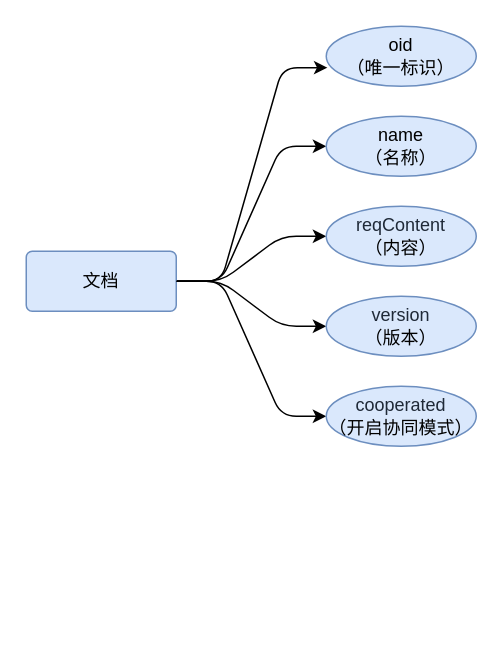
Before: spc(E-R).drawio in ColinCongDu/chart, a draw.io diagram. Source tidied: cells renumbered, new cells numbered last; positions are measured from the earlier drawing's top-left corner, leaving out a move shared by most shapes. Both pictures are drawn from the tidied source at 150%, with x=0, y=0 at pixel (26, 26).
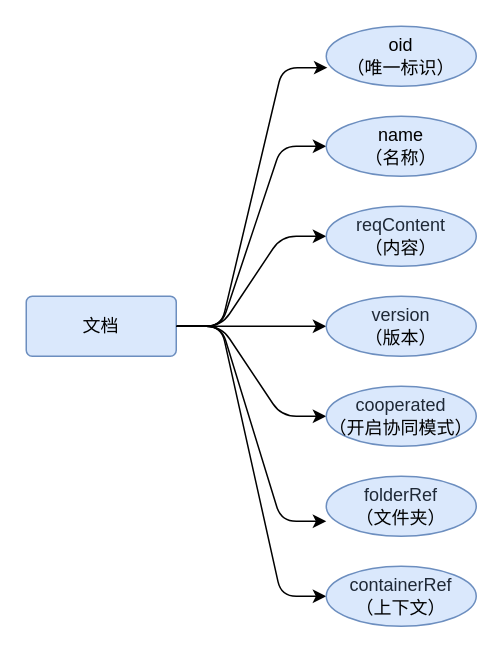
The same diagram, later.

What changed in the source:
```diff
@@
 <mxGraphModel>
   <root>
     <mxCell id="0" />
     <mxCell id="1" parent="0" />
     <mxCell id="2" style="edgeStyle=entityRelationEdgeStyle;rounded=1;jettySize=auto;html=1;entryX=0;entryY=0.5;entryDx=0;entryDy=0;strokeColor=default;align=center;verticalAlign=middle;fontFamily=Helvetica;fontSize=11;fontColor=default;labelBackgroundColor=default;endArrow=classic;curved=0;" parent="1" edge="1" source="6" target="8">
       <mxGeometry relative="1" as="geometry" />
     </mxCell>
     <mxCell id="3" style="edgeStyle=entityRelationEdgeStyle;rounded=1;jettySize=auto;html=1;curved=0;" parent="1" edge="1" source="6" target="10">
       <mxGeometry relative="1" as="geometry" />
     </mxCell>
     <mxCell id="4" style="edgeStyle=entityRelationEdgeStyle;rounded=1;jettySize=auto;html=1;entryX=0;entryY=0.5;entryDx=0;entryDy=0;strokeColor=default;align=center;verticalAlign=middle;fontFamily=Helvetica;fontSize=11;fontColor=default;labelBackgroundColor=default;endArrow=classic;" parent="1" edge="1" source="6" target="9">
       <mxGeometry relative="1" as="geometry" />
     </mxCell>
     <mxCell id="5" style="edgeStyle=entityRelationEdgeStyle;rounded=1;jettySize=auto;html=1;entryX=0;entryY=0.5;entryDx=0;entryDy=0;strokeColor=default;align=center;verticalAlign=middle;fontFamily=Helvetica;fontSize=11;fontColor=default;labelBackgroundColor=default;endArrow=classic;" parent="1" edge="1" source="6" target="11">
       <mxGeometry relative="1" as="geometry" />
     </mxCell>
+    <mxCell id="13" style="edgeStyle=entityRelationEdgeStyle;rounded=1;jettySize=auto;html=1;entryX=0;entryY=0.5;entryDx=0;entryDy=0;strokeColor=default;align=center;verticalAlign=middle;fontFamily=Helvetica;fontSize=11;fontColor=default;labelBackgroundColor=default;endArrow=classic;" parent="1" edge="1" source="6" target="15">
+      <mxGeometry relative="1" as="geometry" />
+    </mxCell>
     <mxCell id="6" value="文档" style="rounded=1;arcSize=10;whiteSpace=wrap;html=1;align=center;fillColor=#dae8fc;strokeColor=#6c8ebf;" parent="1" vertex="1">
-      <mxGeometry y="150" width="100" height="40" as="geometry" />
+      <mxGeometry y="180" width="100" height="40" as="geometry" />
     </mxCell>
     <mxCell id="7" value="oid&lt;br&gt;&lt;div&gt;（唯一标识）&lt;/div&gt;" style="ellipse;whiteSpace=wrap;html=1;align=center;fillColor=#dae8fc;strokeColor=#6c8ebf;" parent="1" vertex="1">
       <mxGeometry x="200" width="100" height="40" as="geometry" />
     </mxCell>
     <mxCell id="8" value="name&lt;br&gt;&lt;div&gt;（名称）&lt;/div&gt;" style="ellipse;whiteSpace=wrap;html=1;align=center;strokeColor=#6c8ebf;verticalAlign=middle;fontFamily=Helvetica;fontSize=12;fontColor=default;fillColor=#dae8fc;" parent="1" vertex="1">
       <mxGeometry x="200" y="60" width="100" height="40" as="geometry" />
     </mxCell>
     <mxCell id="9" value="&lt;span style=&quot;color: rgb(31, 41, 55); font-family: AlibabaPuHuiTi-3-55-Regular; text-align: left; text-wrap-mode: nowrap;&quot;&gt;version&lt;/span&gt;&lt;br&gt;&lt;div&gt;（版本）&lt;/div&gt;" style="ellipse;whiteSpace=wrap;html=1;align=center;strokeColor=#6c8ebf;verticalAlign=middle;fontFamily=Helvetica;fontSize=12;fontColor=default;fillColor=#dae8fc;" parent="1" vertex="1">
       <mxGeometry x="200" y="180" width="100" height="40" as="geometry" />
     </mxCell>
     <mxCell id="10" value="&lt;span&gt;&lt;span style=&quot;color: rgb(31, 41, 55); font-family: AlibabaPuHuiTi-3-55-Regular; text-align: left; text-wrap-mode: nowrap;&quot;&gt;reqContent&lt;/span&gt;&lt;br&gt;&lt;/span&gt;&lt;div&gt;&lt;span&gt;（内容&lt;/span&gt;&lt;span&gt;）&lt;/span&gt;&lt;/div&gt;" style="ellipse;whiteSpace=wrap;html=1;align=center;strokeColor=#6c8ebf;verticalAlign=middle;fontFamily=Helvetica;fontSize=12;fontColor=default;fillColor=#dae8fc;" parent="1" vertex="1">
       <mxGeometry x="200" y="120" width="100" height="40" as="geometry" />
     </mxCell>
     <mxCell id="11" value="&lt;span style=&quot;color: rgb(31, 41, 55); font-family: AlibabaPuHuiTi-3-55-Regular; text-align: left; text-wrap-mode: nowrap;&quot;&gt;cooperated&lt;/span&gt;&lt;span&gt;&lt;br&gt;&lt;/span&gt;&lt;div&gt;&lt;span&gt;（开启协同模式&lt;/span&gt;&lt;span&gt;）&lt;/span&gt;&lt;/div&gt;" style="ellipse;whiteSpace=wrap;html=1;align=center;strokeColor=#6c8ebf;verticalAlign=middle;fontFamily=Helvetica;fontSize=12;fontColor=default;fillColor=#dae8fc;" parent="1" vertex="1">
       <mxGeometry x="200" y="240" width="100" height="40" as="geometry" />
     </mxCell>
     <mxCell id="12" style="edgeStyle=entityRelationEdgeStyle;rounded=1;jettySize=auto;html=1;entryX=0.008;entryY=0.69;entryDx=0;entryDy=0;entryPerimeter=0;curved=0;" parent="1" edge="1" source="6" target="7">
       <mxGeometry relative="1" as="geometry" />
     </mxCell>
+    <mxCell id="14" value="&lt;span style=&quot;color: rgb(31, 41, 55); font-family: AlibabaPuHuiTi-3-55-Regular; text-align: left; text-wrap-mode: nowrap;&quot;&gt;folderRef&lt;/span&gt;&lt;span&gt;&lt;br&gt;&lt;/span&gt;&lt;div&gt;&lt;span&gt;（文件夹&lt;/span&gt;&lt;span&gt;）&lt;/span&gt;&lt;/div&gt;" style="ellipse;whiteSpace=wrap;html=1;align=center;strokeColor=#6c8ebf;verticalAlign=middle;fontFamily=Helvetica;fontSize=12;fontColor=default;fillColor=#dae8fc;" parent="1" vertex="1">
+      <mxGeometry x="200" y="300" width="100" height="40" as="geometry" />
+    </mxCell>
+    <mxCell id="15" value="&lt;span style=&quot;color: rgb(31, 41, 55); font-family: AlibabaPuHuiTi-3-55-Regular; text-align: left; text-wrap-mode: nowrap;&quot;&gt;containerRef&lt;/span&gt;&lt;span&gt;&lt;br&gt;&lt;/span&gt;&lt;div&gt;&lt;span&gt;（上下文&lt;/span&gt;&lt;span&gt;）&lt;/span&gt;&lt;/div&gt;" style="ellipse;whiteSpace=wrap;html=1;align=center;strokeColor=#6c8ebf;verticalAlign=middle;fontFamily=Helvetica;fontSize=12;fontColor=default;fillColor=#dae8fc;" parent="1" vertex="1">
+      <mxGeometry x="200" y="360" width="100" height="40" as="geometry" />
+    </mxCell>
+    <mxCell id="16" style="edgeStyle=entityRelationEdgeStyle;rounded=1;jettySize=auto;html=1;entryX=0;entryY=0.75;entryDx=0;entryDy=0;entryPerimeter=0;strokeColor=default;align=center;verticalAlign=middle;fontFamily=Helvetica;fontSize=11;fontColor=default;labelBackgroundColor=default;endArrow=classic;" parent="1" edge="1" source="6" target="14">
+      <mxGeometry relative="1" as="geometry" />
+    </mxCell>
   </root>
 </mxGraphModel>
```
